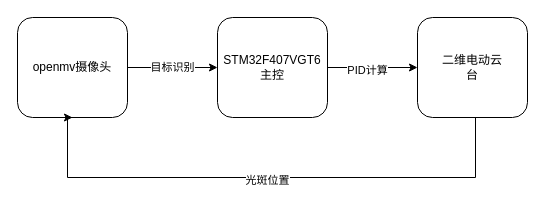
The draw.io diagram 流程图/控制系统流程图.drawio in mlhua/hua, before the edit. Source tidied: cells renumbered, new cells numbered last; positions are measured from the earlier drawing's top-left corner, leaving out a move shared by most shapes. Both pictures are drawn from the tidied source at 100%, with x=0, y=0 at pixel (17, 17).
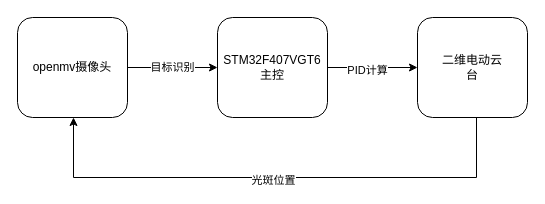
The same page after the edit.

Commit message (it also covers changes not shown here):
更新控制系统流程图.drawio

Change to the diagram source:
```diff
@@
 <mxGraphModel>
   <root>
     <mxCell id="0" />
     <mxCell id="1" parent="0" />
     <mxCell id="2" value="目标识别" style="edgeStyle=orthogonalEdgeStyle;rounded=0;jettySize=auto;html=1;" parent="1" edge="1" source="3" target="6">
       <mxGeometry relative="1" as="geometry" />
     </mxCell>
     <mxCell id="3" value="openmv摄像头" style="rounded=1;whiteSpace=wrap;html=1;" parent="1" vertex="1">
       <mxGeometry width="110" height="100" as="geometry" />
     </mxCell>
     <mxCell id="4" style="edgeStyle=orthogonalEdgeStyle;rounded=0;jettySize=auto;html=1;" parent="1" edge="1" source="6" target="7">
       <mxGeometry relative="1" as="geometry" />
     </mxCell>
     <mxCell id="5" value="PID计算" style="edgeLabel;html=1;align=center;verticalAlign=middle;" parent="4" vertex="1">
       <mxGeometry x="-0.13" y="-2" relative="1" as="geometry" />
     </mxCell>
     <mxCell id="6" value="STM32F407VGT6&lt;br&gt;主控" style="whiteSpace=wrap;html=1;rounded=1;" parent="1" vertex="1">
       <mxGeometry x="200" width="110" height="100" as="geometry" />
     </mxCell>
     <mxCell id="7" value="二维电动云台" style="whiteSpace=wrap;html=1;rounded=1;fontSize=12;spacingLeft=20;spacingRight=20;" parent="1" vertex="1">
       <mxGeometry x="400" width="110" height="100" as="geometry" />
     </mxCell>
-    <mxCell id="8" style="edgeStyle=orthogonalEdgeStyle;rounded=0;jettySize=auto;html=1;entryX=0.5;entryY=1;entryDx=0;entryDy=0;" parent="1" edge="1" target="3">
+    <mxCell id="8" style="edgeStyle=orthogonalEdgeStyle;rounded=0;orthogonalLoop=1;jettySize=auto;html=1;entryX=0.5;entryY=1;entryDx=0;entryDy=0;" parent="1" edge="1">
       <mxGeometry relative="1" as="geometry">
-        <mxPoint x="458" y="100" as="sourcePoint" />
+        <mxPoint x="459" y="100" as="sourcePoint" />
+        <mxPoint x="56" y="100" as="targetPoint" />
         <Array as="points">
-          <mxPoint x="458" y="160" />
-          <mxPoint x="50" y="160" />
+          <mxPoint x="459" y="160" />
+          <mxPoint x="56" y="160" />
         </Array>
       </mxGeometry>
     </mxCell>
     <mxCell id="9" value="光斑位置" style="edgeLabel;html=1;align=center;verticalAlign=middle;" parent="8" vertex="1">
       <mxGeometry x="0.01" y="2" relative="1" as="geometry" />
     </mxCell>
   </root>
 </mxGraphModel>
```
